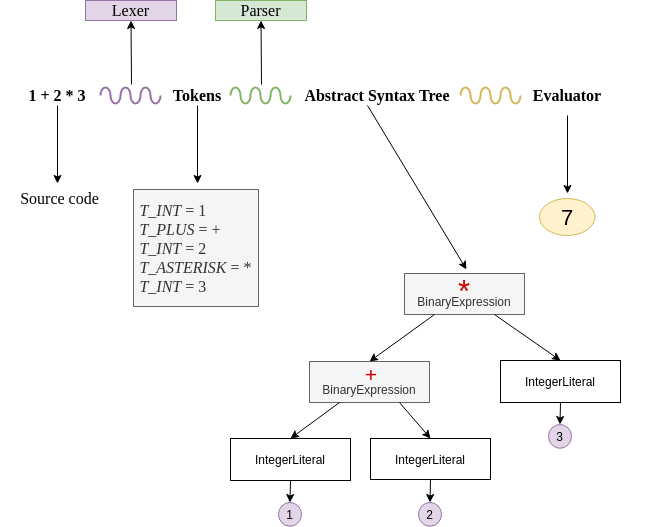
The draw.io diagram resources/interpreter-steps.png in KennedyTedesco/monkey, before a commit. Source tidied: cells renumbered, new cells last; positions are measured from the earlier drawing's top-left corner, leaving out a move shared by most shapes.
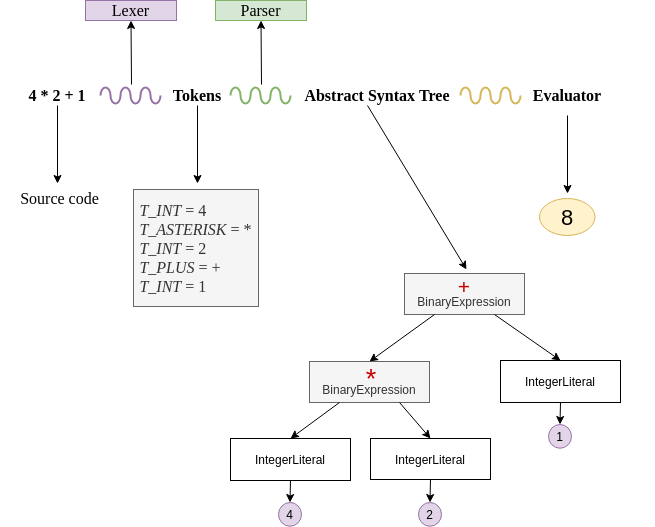
After the commit.

What changed in the source:
```diff
@@ -2,7 +2,7 @@
   <root>
     <mxCell id="0" />
     <mxCell id="1" parent="0" />
-    <mxCell id="2" value="1 + 2 * 3" style="text;html=1;strokeColor=none;fillColor=none;align=center;verticalAlign=middle;whiteSpace=wrap;rounded=0;fontSize=16;fontFamily=Tahoma;fontStyle=1;" parent="1" vertex="1">
+    <mxCell id="2" value="4 * 2 + 1" style="text;html=1;strokeColor=none;fillColor=none;align=center;verticalAlign=middle;whiteSpace=wrap;rounded=0;fontSize=16;fontFamily=Tahoma;fontStyle=1;" parent="1" vertex="1">
       <mxGeometry y="85" width="114" height="20" as="geometry" />
     </mxCell>
     <mxCell id="3" style="endArrow=classic;html=1;fontFamily=Tahoma;fontSize=16;" parent="1" edge="1" source="2">
@@ -33,7 +33,7 @@
         <mxPoint x="197" y="183" as="targetPoint" />
       </mxGeometry>
     </mxCell>
-    <mxCell id="10" value="&lt;div style=&quot;text-align: left&quot;&gt;&lt;i&gt;T_INT&lt;/i&gt; = 1&lt;/div&gt;&lt;div style=&quot;text-align: left&quot;&gt;&lt;i&gt;T_PLUS&lt;/i&gt; = +&lt;/div&gt;&lt;div style=&quot;text-align: left&quot;&gt;&lt;i&gt;T_INT&lt;/i&gt; = 2&lt;/div&gt;&lt;div style=&quot;text-align: left&quot;&gt;&lt;i&gt;T_ASTERISK&lt;/i&gt; = *&lt;/div&gt;&lt;div style=&quot;text-align: left&quot;&gt;&lt;i&gt;T_INT&lt;/i&gt; = 3&lt;/div&gt;" style="text;html=1;strokeColor=#666666;fillColor=#f5f5f5;align=center;verticalAlign=middle;whiteSpace=wrap;rounded=0;fontFamily=Tahoma;fontSize=16;fontColor=#333333;" parent="1" vertex="1">
+    <mxCell id="10" value="&lt;div style=&quot;text-align: left&quot;&gt;&lt;i&gt;T_INT&lt;/i&gt; = 4&lt;br&gt;&lt;i&gt;T_ASTERISK&lt;/i&gt;&amp;nbsp;= *&lt;br&gt;&lt;i&gt;T_INT&lt;/i&gt;&amp;nbsp;= 2&lt;br&gt;&lt;/div&gt;&lt;div style=&quot;text-align: left&quot;&gt;&lt;i&gt;T_PLUS&lt;/i&gt; = +&lt;/div&gt;&lt;div style=&quot;text-align: left&quot;&gt;&lt;i&gt;T_INT&lt;/i&gt; = 1&lt;/div&gt;" style="text;html=1;strokeColor=#666666;fillColor=#f5f5f5;align=center;verticalAlign=middle;whiteSpace=wrap;rounded=0;fontFamily=Tahoma;fontSize=16;fontColor=#333333;" parent="1" vertex="1">
       <mxGeometry x="133" y="189" width="125" height="117" as="geometry" />
     </mxCell>
     <mxCell id="11" style="verticalLabelPosition=bottom;align=center;dashed=0;html=1;verticalAlign=top;shape=mxgraph.pid.misc.flexible_pipe;fontFamily=Tahoma;fontSize=16;fillColor=#d5e8d4;strokeColor=#82b366;strokeWidth=2;" parent="1" vertex="1">
@@ -69,7 +69,7 @@
     <mxCell id="19" value="IntegerLiteral" style="rounded=0;whiteSpace=wrap;html=1;" parent="16" vertex="1">
       <mxGeometry y="165" width="120" height="42" as="geometry" />
     </mxCell>
-    <mxCell id="20" value="1" style="ellipse;whiteSpace=wrap;html=1;direction=south;fillColor=#e1d5e7;strokeColor=#9673a6;" parent="16" vertex="1">
+    <mxCell id="20" value="4" style="ellipse;whiteSpace=wrap;html=1;direction=south;fillColor=#e1d5e7;strokeColor=#9673a6;" parent="16" vertex="1">
       <mxGeometry x="48" y="229" width="23" height="23.8" as="geometry" />
     </mxCell>
     <mxCell id="21" style="endArrow=classic;html=1;exitX=0.5;exitY=1;exitDx=0;exitDy=0;entryX=0;entryY=0.5;entryDx=0;entryDy=0;" parent="16" edge="1" source="19" target="20">
@@ -96,7 +96,7 @@
     <mxCell id="28" value="IntegerLiteral" style="rounded=0;whiteSpace=wrap;html=1;" parent="16" vertex="1">
       <mxGeometry x="270" y="87" width="120" height="42" as="geometry" />
     </mxCell>
-    <mxCell id="29" value="3" style="ellipse;whiteSpace=wrap;html=1;direction=south;fillColor=#e1d5e7;strokeColor=#9673a6;" parent="16" vertex="1">
+    <mxCell id="29" value="1" style="ellipse;whiteSpace=wrap;html=1;direction=south;fillColor=#e1d5e7;strokeColor=#9673a6;" parent="16" vertex="1">
       <mxGeometry x="318" y="151" width="23" height="23.8" as="geometry" />
     </mxCell>
     <mxCell id="30" style="endArrow=classic;html=1;exitX=0.5;exitY=1;exitDx=0;exitDy=0;entryX=0;entryY=0.5;entryDx=0;entryDy=0;" parent="16" edge="1" source="28" target="29">
@@ -105,11 +105,11 @@
     <mxCell id="31" style="endArrow=classic;html=1;exitX=0.75;exitY=1;exitDx=0;exitDy=0;entryX=0.5;entryY=0;entryDx=0;entryDy=0;" parent="16" edge="1" source="17" target="28">
       <mxGeometry relative="1" as="geometry" />
     </mxCell>
-    <mxCell id="32" value="*" style="text;html=1;strokeColor=none;fillColor=none;align=center;verticalAlign=middle;whiteSpace=wrap;rounded=0;fontSize=31;fontColor=#CC0000;" parent="16" vertex="1">
-      <mxGeometry x="214" y="8" width="40" height="20" as="geometry" />
+    <mxCell id="32" value="&lt;font style=&quot;font-size: 21px&quot;&gt;+&lt;/font&gt;" style="text;html=1;strokeColor=none;fillColor=none;align=center;verticalAlign=middle;whiteSpace=wrap;rounded=0;fontSize=31;fontColor=#CC0000;" parent="16" vertex="1">
+      <mxGeometry x="214" width="40" height="20" as="geometry" />
     </mxCell>
-    <mxCell id="33" value="&lt;font style=&quot;font-size: 21px&quot;&gt;+&lt;/font&gt;" style="text;html=1;strokeColor=none;fillColor=none;align=center;verticalAlign=middle;whiteSpace=wrap;rounded=0;fontSize=31;fontColor=#CC0000;" parent="16" vertex="1">
-      <mxGeometry x="121" y="88" width="40" height="20" as="geometry" />
+    <mxCell id="33" value="&lt;font style=&quot;font-size: 27px&quot;&gt;*&lt;/font&gt;" style="text;html=1;strokeColor=none;fillColor=none;align=center;verticalAlign=middle;whiteSpace=wrap;rounded=0;fontSize=31;fontColor=#CC0000;" parent="16" vertex="1">
+      <mxGeometry x="121" y="94" width="40" height="20" as="geometry" />
     </mxCell>
     <mxCell id="34" style="verticalLabelPosition=bottom;align=center;dashed=0;html=1;verticalAlign=top;shape=mxgraph.pid.misc.flexible_pipe;fontFamily=Tahoma;fontSize=16;fillColor=#fff2cc;strokeColor=#d6b656;strokeWidth=2;" parent="1" vertex="1">
       <mxGeometry x="460" y="87" width="60" height="16" as="geometry" />
@@ -123,7 +123,7 @@
         <mxPoint x="567" y="193" as="targetPoint" />
       </mxGeometry>
     </mxCell>
-    <mxCell id="37" value="7" style="ellipse;whiteSpace=wrap;html=1;fontSize=22;fillColor=#fff2cc;strokeColor=#d6b656;" parent="1" vertex="1">
+    <mxCell id="37" value="8" style="ellipse;whiteSpace=wrap;html=1;fontSize=22;fillColor=#fff2cc;strokeColor=#d6b656;" parent="1" vertex="1">
       <mxGeometry x="539" y="198" width="55.5" height="37" as="geometry" />
     </mxCell>
   </root>
```
